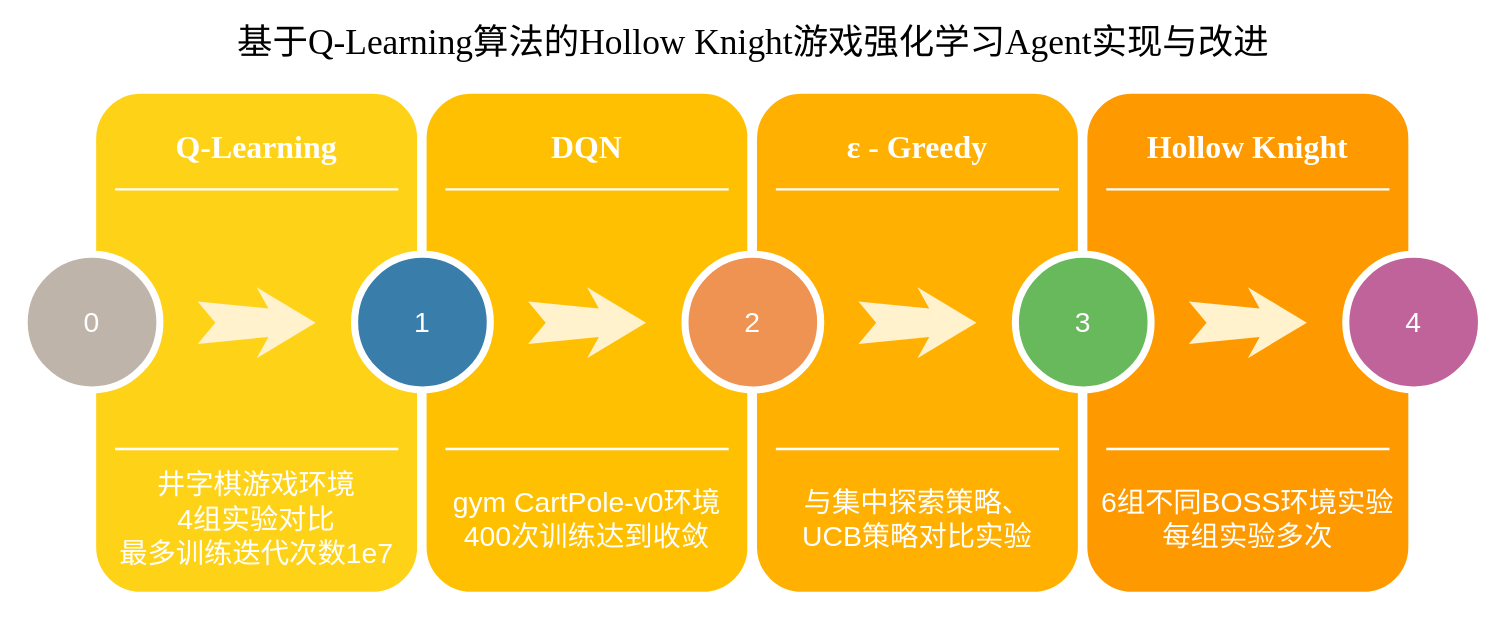
Earlier version of the draw.io diagram Untitled Diagram.drawio (120L021328/HollowKnight_RL). Source tidied: cells renumbered, new cells numbered last; positions are measured from the earlier drawing's top-left corner, leaving out a move shared by most shapes. Both pictures are drawn from the tidied source at 118%, with x=0, y=0 at pixel (24, 24).
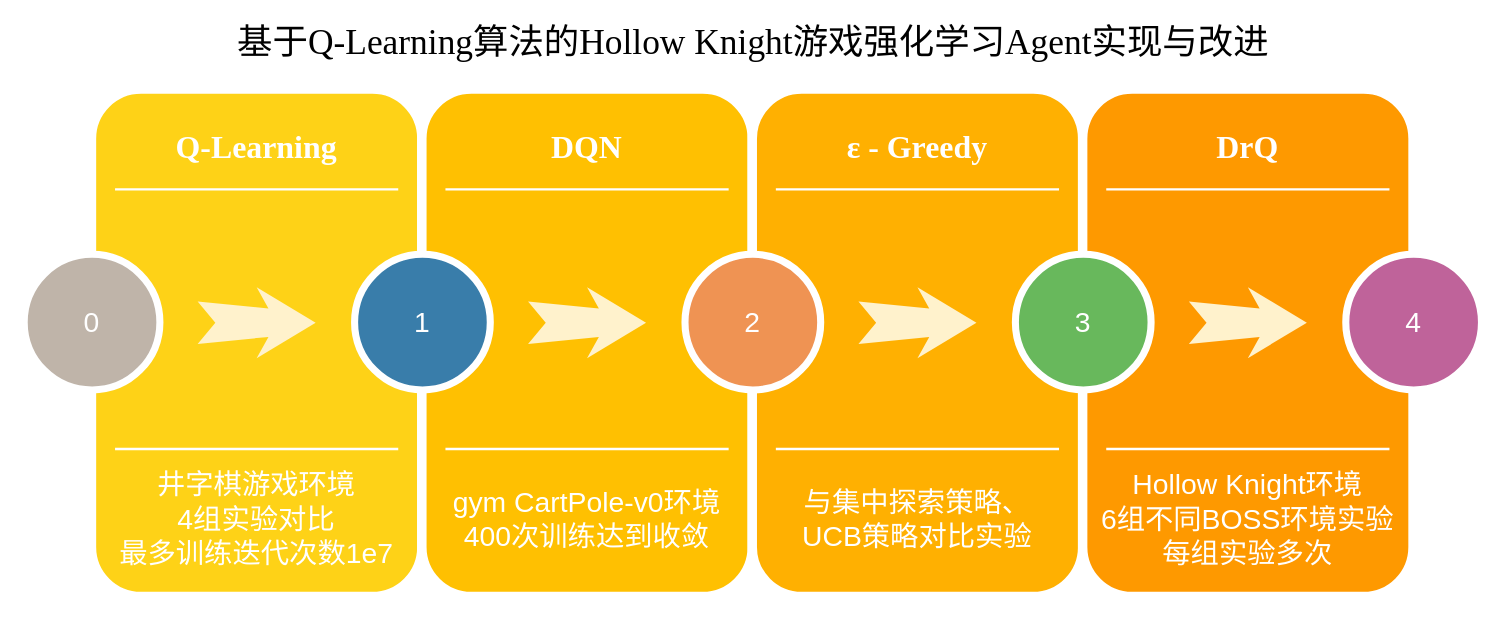
Above is the later version.

The edit, as a diff of the source:
```diff
@@
-    <mxCell id="24" value="&lt;font face=&quot;Times New Roman&quot;&gt;Hollow Knight&lt;/font&gt;" style="text;html=1;strokeColor=none;fillColor=none;align=center;verticalAlign=middle;whiteSpace=wrap;rounded=0;shadow=0;fontSize=27;fontColor=#FFFFFF;fontStyle=1;" parent="1" vertex="1">
+    <mxCell id="24" value="&lt;font face=&quot;Times New Roman&quot;&gt;DrQ&lt;/font&gt;" style="text;html=1;strokeColor=none;fillColor=none;align=center;verticalAlign=middle;whiteSpace=wrap;rounded=0;shadow=0;fontSize=27;fontColor=#FFFFFF;fontStyle=1;" parent="1" vertex="1">
       <mxGeometry x="897" y="75" width="280" height="60" as="geometry" />
     </mxCell>
-    <mxCell id="25" value="&lt;span style=&quot;font-size: 24px;&quot;&gt;6组不同BOSS环境实验&lt;/span&gt;&lt;div&gt;&lt;span style=&quot;font-size: 24px;&quot;&gt;每组实验多次&lt;/span&gt;&lt;/div&gt;" style="text;html=1;strokeColor=none;fillColor=none;align=center;verticalAlign=middle;whiteSpace=wrap;rounded=0;shadow=0;fontSize=14;fontColor=#FFFFFF;" parent="1" vertex="1">
+    <mxCell id="25" value="&lt;div&gt;&lt;span style=&quot;font-size: 24px;&quot;&gt;Hollow Knight环境&lt;/span&gt;&lt;/div&gt;&lt;span style=&quot;font-size: 24px;&quot;&gt;6组不同BOSS环境实验&lt;/span&gt;&lt;div&gt;&lt;span style=&quot;font-size: 24px;&quot;&gt;每组实验多次&lt;/span&gt;&lt;/div&gt;" style="text;html=1;strokeColor=none;fillColor=none;align=center;verticalAlign=middle;whiteSpace=wrap;rounded=0;shadow=0;fontSize=14;fontColor=#FFFFFF;" parent="1" vertex="1">
       <mxGeometry x="897" y="375" width="280" height="90" as="geometry" />
     </mxCell>
```
